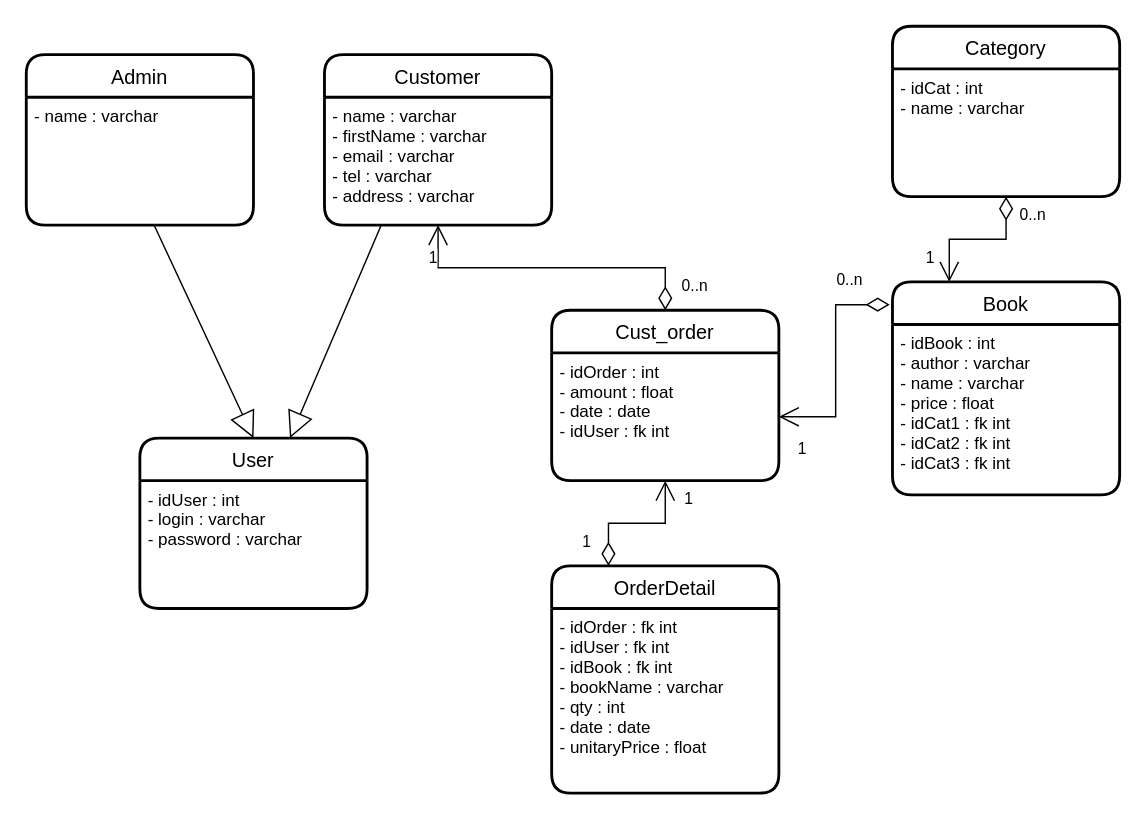
Above: page "DB_diag" (5 of 6) of files/eval_sara_v3.drawio in Saralune/Eval_JSA_2022 (draw.io), before the change. Source tidied: cells renumbered, new cells numbered last; positions are measured from the earlier drawing's top-left corner, leaving out a move shared by most shapes. Both pictures are drawn from the tidied source at 142%, with x=0, y=0 at pixel (26, 26).
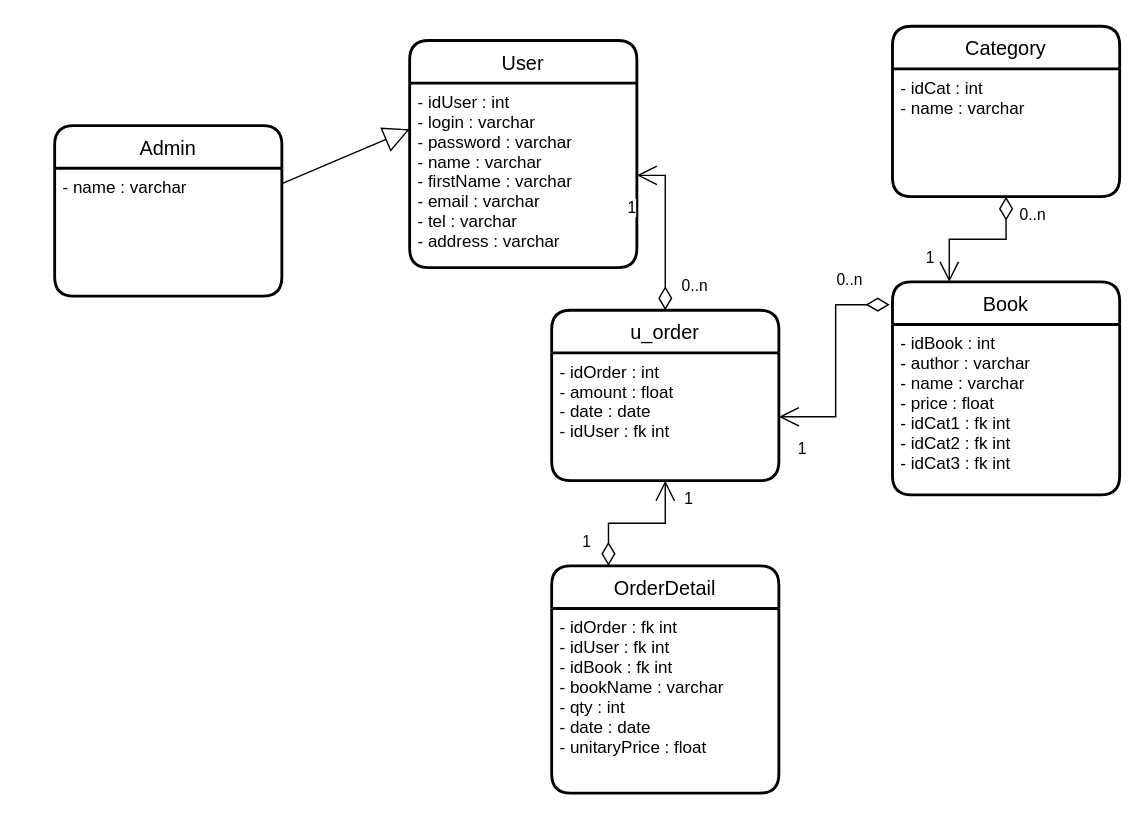
Above is the later version.

The change refers to these unchanged cells:
```xml
<mxCell id="13" value="- name : varchar" style="align=left;strokeColor=none;fillColor=none;spacingLeft=4;fontSize=12;verticalAlign=top;" parent="12" vertex="1">
  <mxGeometry y="30" width="160" height="90" as="geometry" />
</mxCell>
```

What changed in the source:
```diff
@@
     <mxCell id="2" value="User" style="swimlane;horizontal=1;startSize=30;rounded=1;fontSize=14;fontStyle=0;strokeWidth=2;shadow=0;dashed=0;align=center;" parent="1" vertex="1">
-      <mxGeometry x="80" y="290" width="160" height="120" as="geometry" />
+      <mxGeometry x="270" y="10" width="160" height="160" as="geometry" />
     </mxCell>
-    <mxCell id="3" value="- idUser : int&#10;- login : varchar&#10;- password : varchar" style="align=left;strokeColor=none;fillColor=none;spacingLeft=4;fontSize=12;verticalAlign=top;" parent="2" vertex="1">
-      <mxGeometry y="30" width="160" height="90" as="geometry" />
+    <mxCell id="3" value="- idUser : int&#10;- login : varchar&#10;- password : varchar&#10;- name : varchar&#10;- firstName : varchar&#10;- email : varchar&#10;- tel : varchar&#10;- address : varchar" style="align=left;strokeColor=none;fillColor=none;spacingLeft=4;fontSize=12;verticalAlign=top;" parent="2" vertex="1">
+      <mxGeometry y="30" width="160" height="130" as="geometry" />
     </mxCell>
@@
-    <mxCell id="8" value="Cust_order" style="swimlane;horizontal=1;startSize=30;rounded=1;fontSize=14;fontStyle=0;strokeWidth=2;shadow=0;dashed=0;align=center;" parent="1" vertex="1">
+    <mxCell id="8" value="u_order" style="swimlane;horizontal=1;startSize=30;rounded=1;fontSize=14;fontStyle=0;strokeWidth=2;shadow=0;dashed=0;align=center;" parent="1" vertex="1">
       <mxGeometry x="370" y="200" width="160" height="120" as="geometry" />
     </mxCell>
@@
-    <mxCell id="10" value="Customer" style="swimlane;horizontal=1;startSize=30;rounded=1;fontSize=14;fontStyle=0;strokeWidth=2;shadow=0;dashed=0;align=center;" parent="1" vertex="1">
-      <mxGeometry x="210" y="20" width="160" height="120" as="geometry" />
-    </mxCell>
-    <mxCell id="11" value="- name : varchar&#10;- firstName : varchar&#10;- email : varchar&#10;- tel : varchar&#10;- address : varchar" style="align=left;strokeColor=none;fillColor=none;spacingLeft=4;fontSize=12;verticalAlign=top;" parent="10" vertex="1">
-      <mxGeometry y="30" width="160" height="90" as="geometry" />
-    </mxCell>
     <mxCell id="12" value="Admin" style="swimlane;horizontal=1;startSize=30;rounded=1;fontSize=14;fontStyle=0;strokeWidth=2;shadow=0;dashed=0;align=center;" parent="1" vertex="1">
-      <mxGeometry y="20" width="160" height="120" as="geometry" />
+      <mxGeometry x="20" y="70" width="160" height="120" as="geometry" />
     </mxCell>
@@
-    <mxCell id="16" style="endArrow=open;html=1;endSize=12;startArrow=diamondThin;startSize=14;startFill=0;edgeStyle=orthogonalEdgeStyle;rounded=0;exitX=0.5;exitY=0;exitDx=0;exitDy=0;" parent="1" edge="1" source="8" target="11">
-      <mxGeometry relative="1" as="geometry" />
+    <mxCell id="16" style="endArrow=open;html=1;endSize=12;startArrow=diamondThin;startSize=14;startFill=0;edgeStyle=orthogonalEdgeStyle;rounded=0;exitX=0.5;exitY=0;exitDx=0;exitDy=0;entryX=1;entryY=0.5;entryDx=0;entryDy=0;" parent="1" edge="1" source="8" target="3">
+      <mxGeometry relative="1" as="geometry">
+        <Array as="points">
+          <mxPoint x="450" y="105" />
+        </Array>
+      </mxGeometry>
     </mxCell>
@@
-    <mxCell id="28" style="endArrow=block;endSize=16;endFill=0;html=1;rounded=0;entryX=0.5;entryY=0;entryDx=0;entryDy=0;" parent="1" edge="1" target="2">
-      <mxGeometry x="-0.01" y="114" relative="1" as="geometry">
-        <mxPoint x="90" y="140" as="sourcePoint" />
-      </mxGeometry>
+    <mxCell id="28" style="endArrow=block;endSize=16;endFill=0;html=1;rounded=0;entryX=0;entryY=0.25;entryDx=0;entryDy=0;" parent="1" edge="1" source="13" target="3">
+      <mxGeometry x="-0.01" y="114" relative="1" as="geometry" />
     </mxCell>
-    <mxCell id="29" style="endArrow=block;endSize=16;endFill=0;html=1;rounded=0;exitX=0.25;exitY=1;exitDx=0;exitDy=0;" parent="1" edge="1" source="11" target="2">
-      <mxGeometry x="-0.01" y="114" relative="1" as="geometry" />
-    </mxCell>
```
